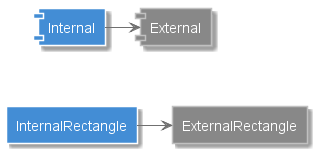
This is docs/diagrams/containers.png from skleanthous/C4-PlantumlSkin, a PlantUML export, as it was before one commit. Its diagram source:
```plantuml
@startuml







skinparam {
  shadowing true
  arrowColor #707070
}


hide stereotype

skinparam note {
  BackgroundColor #F5F5F5
  BorderColor #707070
  FontColor #707070
}


skinparam actor<<Internal>> {
  BorderColor #707070
  BackgroundColor #08427B
}

skinparam actor<<External>> {
  BorderColor #707070
  BackgroundColor #686868
}

skinparam actor<<Internal Person>> {
  BorderColor #707070
  BackgroundColor #08427B
}

skinparam actor<<External Person>> {
  BorderColor #707070
  BackgroundColor #686868
}

skinparam rectangle<<External Component>> {
  FontColor #FFFFFF
  BorderColor #707070
  BackgroundColor #999999
}

skinparam rectangle<<Internal Component>> {
  FontColor #505050
  BorderColor #A0A0A0
  BackgroundColor #85BBF0
}


skinparam component<<External Container>> {
  FontColor #FFFFFF
  BorderColor #C0C0C0
  BackgroundColor #888888
}

skinparam component<<Internal Container>> {
  FontColor #FFFFFF
  BorderColor CONTAINER_BORDER_COLOR
  BackgroundColor #438DD5
}

skinparam rectangle<<External Container>> {
  FontColor #FFFFFF
  BorderColor #C0C0C0
  BackgroundColor #888888
}

skinparam rectangle<<Internal Container>> {
  FontColor #FFFFFF
  BorderColor CONTAINER_BORDER_COLOR
  BackgroundColor #438DD5
}

skinparam database<<Internal>> {
  BackgroundColor #438DD5
  BorderColor #A0A0A0
  FontColor #FFFFFF
}

skinparam database<<Internal Database>> {
  BackgroundColor #438DD5
  BorderColor #A0A0A0
  FontColor #FFFFFF
}

skinparam database<<External>> {
  BackgroundColor #888888
  BorderColor #707070
  FontColor #FFFFFF
}

skinparam database<<External Database>> {
  BackgroundColor #888888
  BorderColor #707070
  FontColor #FFFFFF
}

skinparam rectangle<<Expanded>> {
  FontColor #707070
  BorderColor #707070
  BackgroundColor #F5F5F5
  BorderStyle dashed
}

skinparam frame<<Expanded>> {
  FontColor #707070
  BorderColor #707070
  BackgroundColor #F5F5F5
}

skinparam component<<Expanded>> {
  FontColor #707070
  BorderColor #707070
  BackgroundColor #F5F5F5
  BorderStyle dashed
}

skinparam queue<<Internal>> {
  BackgroundColor #1168BD
  BorderColor #A0A0A0
  FontColor FONT_COLOR
}

skinparam queue<<External>> {
  BackgroundColor #777777
  BorderColor #707070
  FontColor FONT_COLOR
}

skinparam rectangle<<External System>> {
  FontColor #FFFFFF
  BorderColor #C0C0C0
  BackgroundColor #777777
}

skinparam rectangle<<Internal System>> {
  FontColor #FFFFFF
  BorderColor #A0A0A0
  BackgroundColor #1168BD
}

skinparam rectangle<<System>> {
  FontColor #FFFFFF
  BorderColor #A0A0A0
  BackgroundColor #1168BD
}

skinparam frame<<External System>> {
  FontColor #FFFFFF
  BorderColor #C0C0C0
  BackgroundColor #777777
}

skinparam frame<<Internal System>> {
  FontColor #FFFFFF
  BorderColor #A0A0A0
  BackgroundColor #1168BD
}

skinparam frame<<System>> {
  FontColor #FFFFFF
  BorderColor #A0A0A0
  BackgroundColor #1168BD
}

component Internal <<Internal Container>>
component External <<External Container>>

rectangle InternalRectangle <<Internal Container>>
rectangle ExternalRectangle <<External Container>>

Internal -right-> External
Internal -[hidden]down-> InternalRectangle
InternalRectangle -right-> ExternalRectangle

@enduml
```
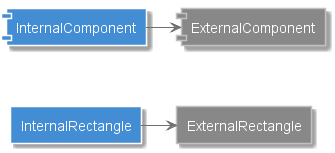
Above is the later version.

Diff of the diagram source:
```diff
@@ -170,14 +170,14 @@
   BackgroundColor #1168BD
 }
 
-component Internal <<Internal Container>>
-component External <<External Container>>
+component InternalComponent <<Internal Container>>
+component ExternalComponent <<External Container>>
 
 rectangle InternalRectangle <<Internal Container>>
 rectangle ExternalRectangle <<External Container>>
 
-Internal -right-> External
-Internal -[hidden]down-> InternalRectangle
+InternalComponent -right-> ExternalComponent
+InternalComponent -[hidden]down-> InternalRectangle
 InternalRectangle -right-> ExternalRectangle
 
 @enduml
```
